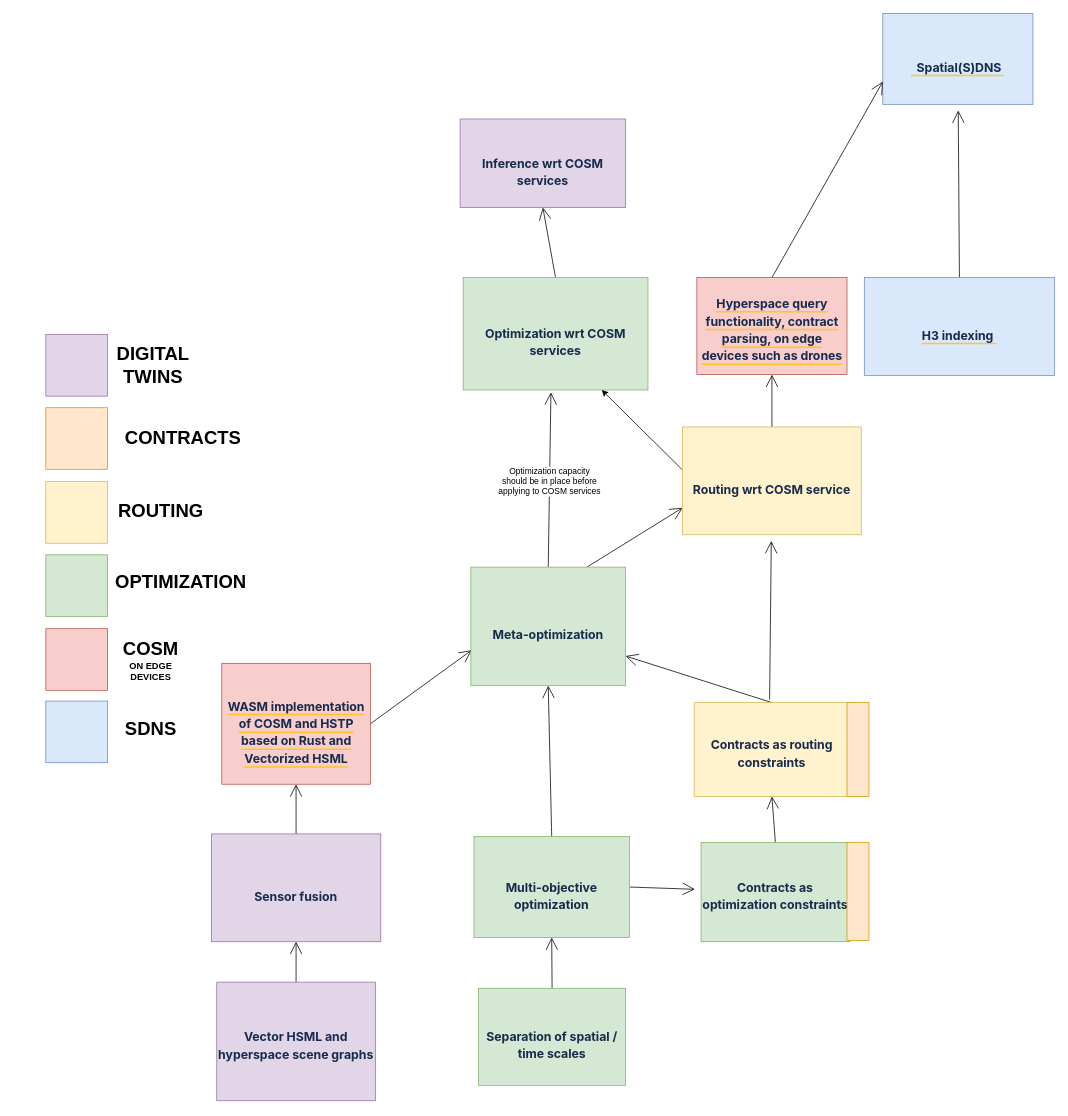
This is Untitled Diagram.drawio from mahault/Katas, a draw.io file, before an edit. Source tidied: cells renumbered, new cells numbered last; positions are measured from the earlier drawing's top-left corner, leaving out a move shared by most shapes. Both pictures are drawn from the tidied source at 77%, with x=0, y=0 at pixel (45, 13).
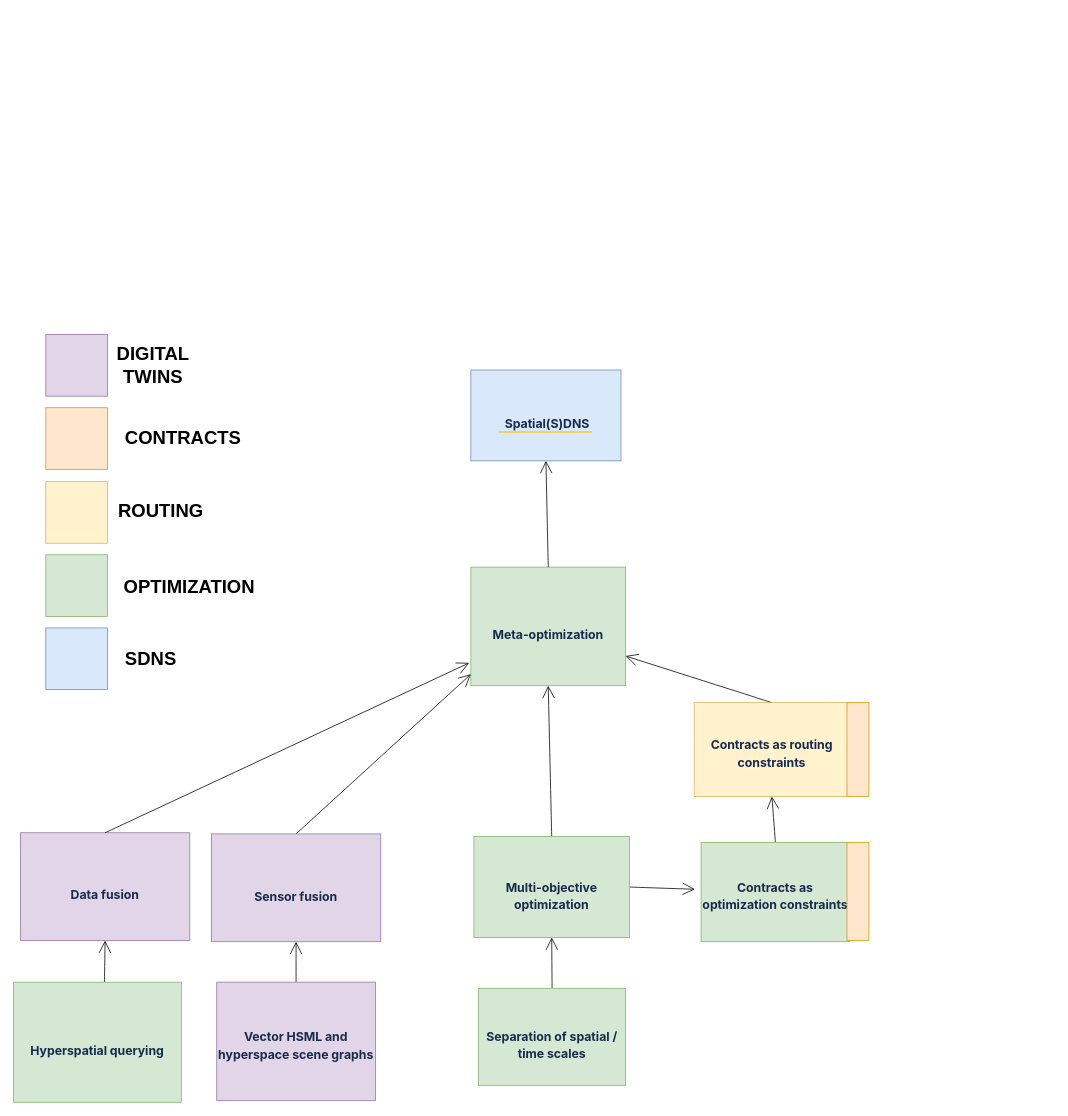
The same diagram, later.

The change refers to these unchanged cells:
```xml
<mxCell id="17" value="&lt;h4 style=&quot;margin: 1.357em 0px 0px; padding: 0px; font-size: 16px; line-height: 1.428; color: rgb(23, 43, 77); letter-spacing: -0.003em; font-family: -apple-system, BlinkMacSystemFont, &amp;quot;Segoe UI&amp;quot;, Roboto, Oxygen, Ubuntu, &amp;quot;Fira Sans&amp;quot;, &amp;quot;Droid Sans&amp;quot;, &amp;quot;Helvetica Neue&amp;quot;, sans-serif; text-align: start;&quot; id=&quot;Meta-optimization&quot;&gt;Meta-optimization&lt;/h4&gt;" style="rounded=0;whiteSpace=wrap;html=1;hachureGap=4;fillColor=#d5e8d4;strokeColor=#82b366;" parent="1" vertex="1">
  <mxGeometry x="552" y="719" width="201" height="154" as="geometry" />
</mxCell>
<mxCell id="28" value="&lt;h4 style=&quot;margin: 1.357em 0px 0px; padding: 0px; font-size: 16px; line-height: 1.428; color: rgb(23, 43, 77); letter-spacing: -0.003em; font-family: -apple-system, BlinkMacSystemFont, &amp;quot;Segoe UI&amp;quot;, Roboto, Oxygen, Ubuntu, &amp;quot;Fira Sans&amp;quot;, &amp;quot;Droid Sans&amp;quot;, &amp;quot;Helvetica Neue&amp;quot;, sans-serif; text-align: start;&quot; id=&quot;Sensor-fusion&quot;&gt;Sensor fusion&lt;/h4&gt;" style="rounded=0;whiteSpace=wrap;html=1;hachureGap=4;fillColor=#e1d5e7;strokeColor=#9673a6;" parent="1" vertex="1">
  <mxGeometry x="215" y="1065.5" width="220" height="140" as="geometry" />
</mxCell>
```

What changed in the source:
```diff
@@
     <mxCell id="2" value="&lt;h4 style=&quot;margin: 1.357em 0px 0px; padding: 0px; font-size: 16px; line-height: 1.428; color: rgb(23, 43, 77); letter-spacing: -0.003em; font-family: -apple-system, BlinkMacSystemFont, &amp;quot;Segoe UI&amp;quot;, Roboto, Oxygen, Ubuntu, &amp;quot;Fira Sans&amp;quot;, &amp;quot;Droid Sans&amp;quot;, &amp;quot;Helvetica Neue&amp;quot;, sans-serif; text-align: start;&quot; id=&quot;Spatial(S)DNS----H3-indexing-–-A-lot-of-the-work-would-support-this-project,-but-the-end-would-have-to-lead-into-the--SDNS&quot;&gt;&lt;span style=&quot;cursor: pointer; border-bottom-width: 2px; border-bottom-style: solid; border-bottom-color: rgba(255, 196, 0, 0.82);&quot; class=&quot;inline-highlight&quot; id=&quot;642e6865-7614-46b1-a37f-4f377f6b59a0&quot;&gt;&amp;nbsp; Spatial(S)DNS&amp;nbsp;&lt;/span&gt;&lt;/h4&gt;" style="rounded=0;whiteSpace=wrap;html=1;hachureGap=4;fillColor=#dae8fc;strokeColor=#6c8ebf;" parent="1" vertex="1">
-      <mxGeometry x="1087" width="195" height="118" as="geometry" />
+      <mxGeometry x="552" y="463" width="195" height="118" as="geometry" />
     </mxCell>
-    <mxCell id="3" style="edgeStyle=none;curved=1;rounded=0;jettySize=auto;html=1;exitX=1;exitY=0.5;exitDx=0;exitDy=0;endArrow=open;startSize=14;endSize=14;sourcePerimeterSpacing=8;targetPerimeterSpacing=8;entryX=0.005;entryY=0.701;entryDx=0;entryDy=0;entryPerimeter=0;" parent="1" edge="1" source="4" target="17">
-      <mxGeometry relative="1" as="geometry" />
-    </mxCell>
-    <mxCell id="4" value="&lt;h4 style=&quot;margin: 1.357em 0px 0px; padding: 0px; font-size: 16px; line-height: 1.428; color: rgb(23, 43, 77); letter-spacing: -0.003em; font-family: -apple-system, BlinkMacSystemFont, &amp;quot;Segoe UI&amp;quot;, Roboto, Oxygen, Ubuntu, &amp;quot;Fira Sans&amp;quot;, &amp;quot;Droid Sans&amp;quot;, &amp;quot;Helvetica Neue&amp;quot;, sans-serif;&quot; id=&quot;WASM-implementation-of-COSM-and-HSTP-based-on-Rust-and-Vectorized-HSML&quot;&gt;&lt;span style=&quot;cursor: pointer; border-bottom-width: 2px; border-bottom-style: solid; border-bottom-color: rgba(255, 196, 0, 0.82);&quot; class=&quot;inline-highlight&quot; id=&quot;642e6865-7614-46b1-a37f-4f377f6b59a0&quot;&gt;WASM implementation of COSM and HSTP based on Rust and Vectorized HSML&lt;/span&gt;&lt;/h4&gt;" style="rounded=0;whiteSpace=wrap;html=1;hachureGap=4;fillColor=#f8cecc;strokeColor=#b85450;align=center;" parent="1" vertex="1">
-      <mxGeometry x="228.5" y="844" width="193" height="157" as="geometry" />
-    </mxCell>
-    <mxCell id="5" style="edgeStyle=none;curved=1;rounded=0;jettySize=auto;html=1;exitX=0.5;exitY=0;exitDx=0;exitDy=0;endArrow=open;startSize=14;endSize=14;sourcePerimeterSpacing=8;targetPerimeterSpacing=8;entryX=0;entryY=0.75;entryDx=0;entryDy=0;" parent="1" edge="1" source="6" target="2">
-      <mxGeometry relative="1" as="geometry" />
-    </mxCell>
-    <mxCell id="6" value="&lt;h4 style=&quot;margin: 10px 0px 0px; padding: 0px; font-size: 16px; line-height: 1.428; color: rgb(23, 43, 77); letter-spacing: -0.003em; font-family: -apple-system, BlinkMacSystemFont, &amp;quot;Segoe UI&amp;quot;, Roboto, Oxygen, Ubuntu, &amp;quot;Fira Sans&amp;quot;, &amp;quot;Droid Sans&amp;quot;, &amp;quot;Helvetica Neue&amp;quot;, sans-serif;&quot; id=&quot;Hyperspace-query-functionality,-contract-parsing,--on-edge-devices-such-as-drones.&quot;&gt;&lt;span style=&quot;cursor: pointer; border-bottom-width: 2px; border-bottom-style: solid; border-bottom-color: rgba(255, 196, 0, 0.82);&quot; class=&quot;inline-highlight&quot; id=&quot;642e6865-7614-46b1-a37f-4f377f6b59a0&quot;&gt;Hyperspace query functionality, contract parsing,  on edge devices such as drones&lt;/span&gt;&lt;/h4&gt;" style="rounded=0;whiteSpace=wrap;html=1;hachureGap=4;fillColor=#f8cecc;strokeColor=#b85450;align=center;" parent="1" vertex="1">
-      <mxGeometry x="845.5" y="343" width="195" height="126" as="geometry" />
-    </mxCell>
@@
-    <mxCell id="14" style="edgeStyle=none;curved=1;rounded=0;jettySize=auto;html=1;exitX=0.5;exitY=0;exitDx=0;exitDy=0;endArrow=open;startSize=14;endSize=14;sourcePerimeterSpacing=8;targetPerimeterSpacing=8;" parent="1" edge="1" source="17">
-      <mxGeometry relative="1" as="geometry">
-        <mxPoint x="656" y="492" as="targetPoint" />
-      </mxGeometry>
-    </mxCell>
-    <mxCell id="15" value="Optimization capacity&lt;br&gt;should be in place before&lt;br&gt;applying to COSM services" style="edgeLabel;html=1;align=center;verticalAlign=middle;" parent="14" vertex="1">
-      <mxGeometry x="-0.02" y="1" relative="1" as="geometry" />
-    </mxCell>
-    <mxCell id="16" style="edgeStyle=none;curved=1;rounded=0;jettySize=auto;html=1;exitX=0.75;exitY=0;exitDx=0;exitDy=0;endArrow=open;startSize=14;endSize=14;sourcePerimeterSpacing=8;targetPerimeterSpacing=8;entryX=0;entryY=0.75;entryDx=0;entryDy=0;" parent="1" edge="1" source="17" target="24">
-      <mxGeometry relative="1" as="geometry" />
-    </mxCell>
@@
-    <mxCell id="18" style="edgeStyle=none;curved=1;rounded=0;jettySize=auto;html=1;exitX=0.5;exitY=0;exitDx=0;exitDy=0;endArrow=open;startSize=14;endSize=14;sourcePerimeterSpacing=8;targetPerimeterSpacing=8;entryX=0.5;entryY=1;entryDx=0;entryDy=0;" parent="1" edge="1" source="19" target="29">
-      <mxGeometry relative="1" as="geometry" />
-    </mxCell>
-    <mxCell id="19" value="&lt;h4 style=&quot;margin: 1.357em 0px 0px; padding: 0px; font-size: 16px; line-height: 1.428; color: rgb(23, 43, 77); letter-spacing: -0.003em; font-family: -apple-system, BlinkMacSystemFont, &amp;quot;Segoe UI&amp;quot;, Roboto, Oxygen, Ubuntu, &amp;quot;Fira Sans&amp;quot;, &amp;quot;Droid Sans&amp;quot;, &amp;quot;Helvetica Neue&amp;quot;, sans-serif;&quot; id=&quot;Optimization-wrt-COSM-services&quot;&gt;Optimization wrt COSM services&lt;/h4&gt;" style="rounded=0;whiteSpace=wrap;html=1;hachureGap=4;fillColor=#d5e8d4;strokeColor=#82b366;imageAlign=center;align=center;" parent="1" vertex="1">
-      <mxGeometry x="542" y="343" width="240" height="146" as="geometry" />
-    </mxCell>
@@
-    <mxCell id="21" style="edgeStyle=none;curved=1;rounded=0;jettySize=auto;html=1;endArrow=open;startSize=14;endSize=14;sourcePerimeterSpacing=8;targetPerimeterSpacing=8;" parent="1" edge="1" target="24">
-      <mxGeometry relative="1" as="geometry">
-        <mxPoint x="940" y="891" as="sourcePoint" />
-      </mxGeometry>
-    </mxCell>
@@
-    <mxCell id="23" style="edgeStyle=none;curved=1;rounded=0;jettySize=auto;html=1;exitX=0.5;exitY=0;exitDx=0;exitDy=0;entryX=0.5;entryY=1;entryDx=0;entryDy=0;endArrow=open;startSize=14;endSize=14;sourcePerimeterSpacing=8;targetPerimeterSpacing=8;" parent="1" edge="1" source="24" target="6">
-      <mxGeometry relative="1" as="geometry" />
-    </mxCell>
-    <mxCell id="24" value="&lt;h4 style=&quot;margin: 1.357em 0px 0px; padding: 0px; font-size: 16px; line-height: 1.428; color: rgb(23, 43, 77); letter-spacing: -0.003em; font-family: -apple-system, BlinkMacSystemFont, &amp;quot;Segoe UI&amp;quot;, Roboto, Oxygen, Ubuntu, &amp;quot;Fira Sans&amp;quot;, &amp;quot;Droid Sans&amp;quot;, &amp;quot;Helvetica Neue&amp;quot;, sans-serif;&quot; id=&quot;Routing-wrt-COSM-services&quot;&gt;Routing wrt COSM service&lt;/h4&gt;" style="rounded=0;whiteSpace=wrap;html=1;hachureGap=4;fillColor=#fff2cc;strokeColor=#d6b656;align=center;verticalAlign=middle;" parent="1" vertex="1">
-      <mxGeometry x="827" y="537" width="232" height="140" as="geometry" />
-    </mxCell>
@@
-    <mxCell id="27" style="edgeStyle=none;curved=1;rounded=0;jettySize=auto;html=1;exitX=0.5;exitY=0;exitDx=0;exitDy=0;entryX=0.5;entryY=1;entryDx=0;entryDy=0;endArrow=open;startSize=14;endSize=14;sourcePerimeterSpacing=8;targetPerimeterSpacing=8;" parent="1" edge="1" source="28" target="4">
+    <mxCell id="27" style="edgeStyle=none;curved=1;rounded=0;jettySize=auto;html=1;exitX=0.5;exitY=0;exitDx=0;exitDy=0;entryX=0;entryY=0.903;entryDx=0;entryDy=0;endArrow=open;startSize=14;endSize=14;sourcePerimeterSpacing=8;targetPerimeterSpacing=8;entryPerimeter=0;" parent="1" edge="1" source="28" target="17">
       <mxGeometry relative="1" as="geometry" />
     </mxCell>
@@
-    <mxCell id="29" value="&lt;h4 style=&quot;margin: 1.357em 0px 0px; padding: 0px; font-size: 16px; line-height: 1.428; color: rgb(23, 43, 77); letter-spacing: -0.003em; font-family: -apple-system, BlinkMacSystemFont, &amp;quot;Segoe UI&amp;quot;, Roboto, Oxygen, Ubuntu, &amp;quot;Fira Sans&amp;quot;, &amp;quot;Droid Sans&amp;quot;, &amp;quot;Helvetica Neue&amp;quot;, sans-serif;&quot; id=&quot;Inference-wrt-COSM-services&quot;&gt;Inference wrt COSM services&lt;/h4&gt;" style="rounded=0;whiteSpace=wrap;html=1;hachureGap=4;fillColor=#e1d5e7;strokeColor=#9673a6;align=center;" parent="1" vertex="1">
-      <mxGeometry x="538" y="137" width="215" height="115" as="geometry" />
-    </mxCell>
-    <mxCell id="30" style="edgeStyle=none;curved=1;rounded=0;jettySize=auto;html=1;exitX=0.5;exitY=0;exitDx=0;exitDy=0;endArrow=open;startSize=14;endSize=14;sourcePerimeterSpacing=8;targetPerimeterSpacing=8;" parent="1" edge="1" source="31" target="2">
-      <mxGeometry relative="1" as="geometry" />
-    </mxCell>
-    <mxCell id="31" value="&lt;h4 style=&quot;margin: 1.357em 0px 0px; padding: 0px; font-size: 16px; line-height: 1.428; color: rgb(23, 43, 77); letter-spacing: -0.003em; font-family: -apple-system, BlinkMacSystemFont, &amp;quot;Segoe UI&amp;quot;, Roboto, Oxygen, Ubuntu, &amp;quot;Fira Sans&amp;quot;, &amp;quot;Droid Sans&amp;quot;, &amp;quot;Helvetica Neue&amp;quot;, sans-serif; text-align: start;&quot; id=&quot;Spatial(S)DNS----H3-indexing-–-A-lot-of-the-work-would-support-this-project,-but-the-end-would-have-to-lead-into-the--SDNS&quot;&gt;&lt;span style=&quot;cursor: pointer; border-bottom-width: 2px; border-bottom-style: solid; border-bottom-color: rgba(255, 196, 0, 0.82);&quot; class=&quot;inline-highlight&quot; id=&quot;642e6865-7614-46b1-a37f-4f377f6b59a0&quot;&gt;H3 indexing&amp;nbsp;&lt;/span&gt;&lt;/h4&gt;" style="rounded=0;whiteSpace=wrap;html=1;hachureGap=4;fillColor=#dae8fc;strokeColor=#6c8ebf;" parent="1" vertex="1">
-      <mxGeometry x="1063" y="343" width="247" height="127" as="geometry" />
-    </mxCell>
-    <mxCell id="32" style="endArrow=classic;html=1;rounded=0;entryX=0.75;entryY=1;entryDx=0;entryDy=0;exitX=-0.004;exitY=0.393;exitDx=0;exitDy=0;exitPerimeter=0;" parent="1" edge="1" source="24" target="19">
-      <mxGeometry relative="1" as="geometry" />
-    </mxCell>
@@
     <mxCell id="38" value="&lt;b&gt;&lt;font size=&quot;5&quot;&gt;OPTIMIZATION&lt;/font&gt;&lt;br&gt;&lt;/b&gt;" style="text;html=1;align=center;verticalAlign=middle;fillColor=none;strokeColor=none;rounded=0;labelBackgroundColor=#FFFFFF;" parent="1" vertex="1">
-      <mxGeometry x="80" y="719" width="189" height="40" as="geometry" />
+      <mxGeometry x="91" y="725" width="189" height="40" as="geometry" />
     </mxCell>
-    <mxCell id="39" style="whiteSpace=wrap;html=1;labelBackgroundColor=#FFFFFF;fillColor=#f8cecc;strokeColor=#b85450;" parent="1" vertex="1">
-      <mxGeometry y="799" width="80" height="80" as="geometry" />
-    </mxCell>
-    <mxCell id="40" value="&lt;b&gt;&lt;font size=&quot;5&quot;&gt;COSM&lt;br&gt;&lt;/font&gt;ON EDGE&lt;br&gt;DEVICES&lt;br&gt;&lt;/b&gt;" style="text;html=1;align=center;verticalAlign=middle;fillColor=none;strokeColor=none;rounded=0;labelBackgroundColor=#FFFFFF;" parent="1" vertex="1">
-      <mxGeometry x="91" y="806" width="90" height="67" as="geometry" />
-    </mxCell>
     <mxCell id="41" style="whiteSpace=wrap;html=1;labelBackgroundColor=#FFFFFF;fillColor=#dae8fc;strokeColor=#6c8ebf;" parent="1" vertex="1">
-      <mxGeometry y="893" width="80" height="80" as="geometry" />
+      <mxGeometry y="798" width="80" height="80" as="geometry" />
     </mxCell>
     <mxCell id="42" value="&lt;b&gt;&lt;font size=&quot;5&quot;&gt;SDNS&lt;/font&gt;&lt;br&gt;&lt;/b&gt;" style="text;html=1;align=center;verticalAlign=middle;fillColor=none;strokeColor=none;rounded=0;labelBackgroundColor=#FFFFFF;" parent="1" vertex="1">
-      <mxGeometry x="93.5" y="909" width="85" height="40" as="geometry" />
+      <mxGeometry x="93.5" y="818" width="85" height="40" as="geometry" />
     </mxCell>
@@
+    <mxCell id="47" value="&lt;h4 style=&quot;margin: 1.357em 0px 0px; padding: 0px; font-size: 16px; line-height: 1.428; color: rgb(23, 43, 77); letter-spacing: -0.003em; font-family: -apple-system, BlinkMacSystemFont, &amp;quot;Segoe UI&amp;quot;, Roboto, Oxygen, Ubuntu, &amp;quot;Fira Sans&amp;quot;, &amp;quot;Droid Sans&amp;quot;, &amp;quot;Helvetica Neue&amp;quot;, sans-serif; text-align: start;&quot; id=&quot;Sensor-fusion&quot;&gt;Data fusion&lt;/h4&gt;" style="rounded=0;whiteSpace=wrap;html=1;hachureGap=4;fillColor=#e1d5e7;strokeColor=#9673a6;" parent="1" vertex="1">
+      <mxGeometry x="-33" y="1064" width="220" height="140" as="geometry" />
+    </mxCell>
+    <mxCell id="48" value="&lt;h4 style=&quot;margin: 1.357em 0px 0px; padding: 0px; font-size: 16px; line-height: 1.428; color: rgb(23, 43, 77); letter-spacing: -0.003em; font-family: -apple-system, BlinkMacSystemFont, &amp;quot;Segoe UI&amp;quot;, Roboto, Oxygen, Ubuntu, &amp;quot;Fira Sans&amp;quot;, &amp;quot;Droid Sans&amp;quot;, &amp;quot;Helvetica Neue&amp;quot;, sans-serif;&quot; id=&quot;Separation-of-spatial-/-time-scales&quot;&gt;Hyperspatial querying&lt;/h4&gt;" style="rounded=0;whiteSpace=wrap;html=1;hachureGap=4;fillColor=#d5e8d4;strokeColor=#82b366;align=center;" parent="1" vertex="1">
+      <mxGeometry x="-42" y="1258" width="218" height="156" as="geometry" />
+    </mxCell>
+    <mxCell id="49" style="edgeStyle=none;curved=1;rounded=0;jettySize=auto;html=1;exitX=0.542;exitY=-0.001;exitDx=0;exitDy=0;entryX=0.5;entryY=1;entryDx=0;entryDy=0;endArrow=open;startSize=14;endSize=14;sourcePerimeterSpacing=8;targetPerimeterSpacing=8;exitPerimeter=0;" parent="1" edge="1" source="48" target="47">
+      <mxGeometry relative="1" as="geometry" />
+    </mxCell>
+    <mxCell id="50" style="edgeStyle=none;curved=1;rounded=0;jettySize=auto;html=1;exitX=0.5;exitY=0;exitDx=0;exitDy=0;entryX=-0.011;entryY=0.808;entryDx=0;entryDy=0;endArrow=open;startSize=14;endSize=14;sourcePerimeterSpacing=8;targetPerimeterSpacing=8;entryPerimeter=0;" parent="1" edge="1" source="47" target="17">
+      <mxGeometry relative="1" as="geometry" />
+    </mxCell>
+    <mxCell id="51" style="edgeStyle=none;curved=1;rounded=0;jettySize=auto;html=1;exitX=0.5;exitY=0;exitDx=0;exitDy=0;entryX=0.5;entryY=1;entryDx=0;entryDy=0;endArrow=open;startSize=14;endSize=14;sourcePerimeterSpacing=8;targetPerimeterSpacing=8;" parent="1" edge="1" source="17" target="2">
+      <mxGeometry relative="1" as="geometry" />
+    </mxCell>
```
